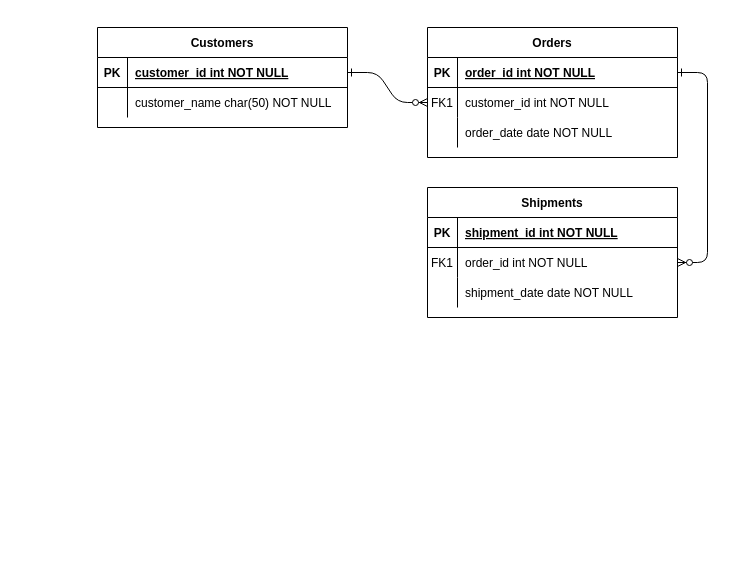
The draw.io diagram Untitled Diagram.drawio in kellysondias/sungarden-api, before the edit. Source tidied: cells renumbered, new cells numbered last; positions are measured from the earlier drawing's top-left corner, leaving out a move shared by most shapes. Both pictures are drawn from the tidied source at 100%, with x=0, y=0 at pixel (97, 27).
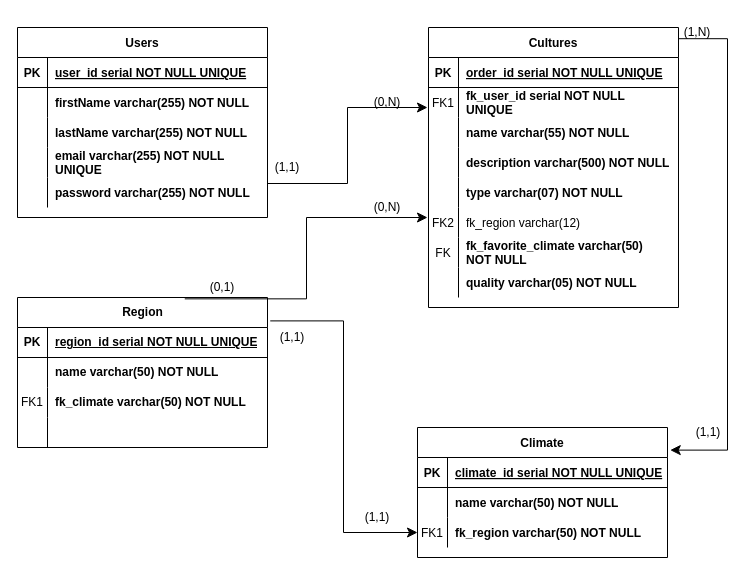
Above is the later version.

Unchanged cells that the change refers to:
```xml
<mxCell id="5" style="shape=partialRectangle;fillColor=none;points=[[0,0.5],[1,0.5]];portConstraint=eastwest;top=0;left=0;right=0;bottom=1;" parent="4" vertex="1">
  <mxGeometry y="30" width="250" height="30" as="geometry" />
</mxCell>
<mxCell id="8" style="shape=partialRectangle;fillColor=none;points=[[0,0.5],[1,0.5]];portConstraint=eastwest;top=0;left=0;right=0;bottom=0;" parent="4" vertex="1">
  <mxGeometry y="60" width="250" height="30" as="geometry" />
</mxCell>
<mxCell id="11" style="shape=partialRectangle;fillColor=none;top=0;left=0;right=0;bottom=0;" parent="4" vertex="1">
  <mxGeometry y="90" width="250" height="30" as="geometry" />
</mxCell>
<mxCell id="15" style="shape=partialRectangle;fillColor=none;top=0;left=0;right=0;bottom=1;" parent="14" vertex="1">
  <mxGeometry y="30" width="250" height="30" as="geometry" />
</mxCell>
<mxCell id="18" style="shape=partialRectangle;fillColor=none;points=[[0,0.5],[1,0.5]];portConstraint=eastwest;top=0;left=0;right=0;bottom=0;" parent="14" vertex="1">
  <mxGeometry y="60" width="250" height="30" as="geometry" />
</mxCell>
<mxCell id="25" style="shape=partialRectangle;fillColor=none;points=[[0,0.5],[1,0.5]];portConstraint=eastwest;top=0;left=0;right=0;bottom=1;" parent="24" vertex="1">
  <mxGeometry y="30" width="250" height="30" as="geometry" />
</mxCell>
<mxCell id="28" style="shape=partialRectangle;fillColor=none;top=0;left=0;right=0;bottom=0;" parent="24" vertex="1">
  <mxGeometry y="60" width="250" height="30" as="geometry" />
</mxCell>
```

What changed in the source:
```diff
@@
-    <mxCell id="2" style="edgeStyle=entityRelationEdgeStyle;endArrow=ERzeroToMany;startArrow=ERone;endFill=1;startFill=0;" parent="1" edge="1" source="25" target="8">
-      <mxGeometry relative="1" as="geometry" />
-    </mxCell>
-    <mxCell id="3" style="edgeStyle=entityRelationEdgeStyle;endArrow=ERzeroToMany;startArrow=ERone;endFill=1;startFill=0;" parent="1" edge="1" source="5" target="18">
-      <mxGeometry relative="1" as="geometry" />
-    </mxCell>
-    <mxCell id="4" value="Orders" style="shape=table;startSize=30;childLayout=tableLayout;rowLines=0;fontStyle=1;align=center;" parent="1" vertex="1">
-      <mxGeometry x="330" width="250" height="130" as="geometry" />
+    <mxCell id="4" value="Cultures" style="shape=table;startSize=30;childLayout=tableLayout;rowLines=0;fontStyle=1;align=center;" parent="1" vertex="1">
+      <mxGeometry x="331" width="250" height="280" as="geometry" />
     </mxCell>
@@
-    <mxCell id="7" value="order_id int NOT NULL " style="shape=partialRectangle;overflow=hidden;fillColor=none;top=0;left=0;bottom=0;right=0;align=left;spacingLeft=6;fontStyle=5;" parent="5" vertex="1">
+    <mxCell id="7" value="order_id serial NOT NULL UNIQUE" style="shape=partialRectangle;overflow=hidden;fillColor=none;top=0;left=0;bottom=0;right=0;align=left;spacingLeft=6;fontStyle=5;" parent="5" vertex="1">
       <mxGeometry x="30" width="220" height="30" as="geometry" />
     </mxCell>
@@
-    <mxCell id="10" value="customer_id int NOT NULL" style="shape=partialRectangle;overflow=hidden;fillColor=none;top=0;left=0;bottom=0;right=0;align=left;spacingLeft=6;" parent="8" vertex="1">
+    <mxCell id="10" value="fk_user_id serial NOT NULL&#10;UNIQUE" style="shape=partialRectangle;overflow=hidden;fillColor=none;top=0;left=0;bottom=0;right=0;align=left;spacingLeft=6;fontStyle=1;" parent="8" vertex="1">
       <mxGeometry x="30" width="220" height="30" as="geometry" />
     </mxCell>
@@
-    <mxCell id="13" value="order_date date NOT NULL" style="shape=partialRectangle;overflow=hidden;fillColor=none;top=0;left=0;bottom=0;right=0;align=left;spacingLeft=6;" parent="11" vertex="1">
+    <mxCell id="13" value="name varchar(55) NOT NULL" style="shape=partialRectangle;overflow=hidden;fillColor=none;top=0;left=0;bottom=0;right=0;align=left;spacingLeft=6;fontStyle=1;" parent="11" vertex="1">
       <mxGeometry x="30" width="220" height="30" as="geometry" />
     </mxCell>
+    <mxCell id="31" style="shape=partialRectangle;fillColor=none;top=0;left=0;right=0;bottom=0;" parent="4" vertex="1">
+      <mxGeometry y="120" width="250" height="30" as="geometry" />
+    </mxCell>
+    <mxCell id="32" style="shape=partialRectangle;overflow=hidden;fillColor=none;top=0;left=0;bottom=0;right=0;" parent="31" vertex="1">
+      <mxGeometry width="30" height="30" as="geometry" />
+    </mxCell>
+    <mxCell id="33" value="description varchar(500) NOT NULL" style="shape=partialRectangle;overflow=hidden;fillColor=none;top=0;left=0;bottom=0;right=0;align=left;spacingLeft=6;fontStyle=1;" parent="31" vertex="1">
+      <mxGeometry x="30" width="220" height="30" as="geometry" />
+    </mxCell>
+    <mxCell id="34" style="shape=partialRectangle;fillColor=none;top=0;left=0;right=0;bottom=0;" parent="4" vertex="1">
+      <mxGeometry y="150" width="250" height="30" as="geometry" />
+    </mxCell>
+    <mxCell id="35" style="shape=partialRectangle;overflow=hidden;fillColor=none;top=0;left=0;bottom=0;right=0;" parent="34" vertex="1">
+      <mxGeometry width="30" height="30" as="geometry" />
+    </mxCell>
+    <mxCell id="36" value="type varchar(07) NOT NULL" style="shape=partialRectangle;overflow=hidden;fillColor=none;top=0;left=0;bottom=0;right=0;align=left;spacingLeft=6;fontStyle=1;" parent="34" vertex="1">
+      <mxGeometry x="30" width="220" height="30" as="geometry" />
+    </mxCell>
+    <mxCell id="37" style="shape=partialRectangle;fillColor=none;top=0;left=0;right=0;bottom=0;" parent="4" vertex="1">
+      <mxGeometry y="180" width="250" height="30" as="geometry" />
+    </mxCell>
+    <mxCell id="38" value="FK2" style="shape=partialRectangle;overflow=hidden;fillColor=none;top=0;left=0;bottom=0;right=0;" parent="37" vertex="1">
+      <mxGeometry width="30" height="30" as="geometry" />
+    </mxCell>
+    <mxCell id="39" value="fk_region varchar(12)" style="shape=partialRectangle;overflow=hidden;fillColor=none;top=0;left=0;bottom=0;right=0;align=left;spacingLeft=6;fontStyle=0;" parent="37" vertex="1">
+      <mxGeometry x="30" width="220" height="30" as="geometry" />
+    </mxCell>
+    <mxCell id="40" style="shape=partialRectangle;fillColor=none;top=0;left=0;right=0;bottom=0;" parent="4" vertex="1">
+      <mxGeometry y="210" width="250" height="30" as="geometry" />
+    </mxCell>
+    <mxCell id="41" value="FK" style="shape=partialRectangle;overflow=hidden;fillColor=none;top=0;left=0;bottom=0;right=0;" parent="40" vertex="1">
+      <mxGeometry width="30" height="30" as="geometry" />
+    </mxCell>
+    <mxCell id="42" value="fk_favorite_climate varchar(50) &#10;NOT NULL" style="shape=partialRectangle;overflow=hidden;fillColor=none;top=0;left=0;bottom=0;right=0;align=left;spacingLeft=6;fontStyle=1;" parent="40" vertex="1">
+      <mxGeometry x="30" width="220" height="30" as="geometry" />
+    </mxCell>
+    <mxCell id="43" style="shape=partialRectangle;fillColor=none;top=0;left=0;right=0;bottom=0;" parent="4" vertex="1">
+      <mxGeometry y="240" width="250" height="30" as="geometry" />
+    </mxCell>
+    <mxCell id="44" style="shape=partialRectangle;overflow=hidden;fillColor=none;top=0;left=0;bottom=0;right=0;" parent="43" vertex="1">
+      <mxGeometry width="30" height="30" as="geometry" />
+    </mxCell>
+    <mxCell id="45" value="quality varchar(05) NOT NULL" style="shape=partialRectangle;overflow=hidden;fillColor=none;top=0;left=0;bottom=0;right=0;align=left;spacingLeft=6;fontStyle=1;" parent="43" vertex="1">
+      <mxGeometry x="30" width="220" height="30" as="geometry" />
+    </mxCell>
-    <mxCell id="14" value="Shipments" style="shape=table;startSize=30;childLayout=tableLayout;rowLines=0;fontStyle=1;align=center;" parent="1" vertex="1">
-      <mxGeometry x="330" y="160" width="250" height="130" as="geometry" />
+    <mxCell id="14" value="Climate" style="shape=table;startSize=30;childLayout=tableLayout;rowLines=0;fontStyle=1;align=center;" parent="1" vertex="1">
+      <mxGeometry x="320" y="400" width="250" height="130" as="geometry" />
     </mxCell>
@@
-    <mxCell id="17" value="shipment_id int NOT NULL " style="shape=partialRectangle;overflow=hidden;fillColor=none;top=0;left=0;bottom=0;right=0;align=left;spacingLeft=6;fontStyle=5;" parent="15" vertex="1">
+    <mxCell id="17" value="climate_id serial NOT NULL UNIQUE" style="shape=partialRectangle;overflow=hidden;fillColor=none;top=0;left=0;bottom=0;right=0;align=left;spacingLeft=6;fontStyle=5;" parent="15" vertex="1">
       <mxGeometry x="30" width="220" height="30" as="geometry" />
     </mxCell>
@@
-    <mxCell id="19" value="FK1" style="shape=partialRectangle;overflow=hidden;fillColor=none;top=0;left=0;bottom=0;right=0;" parent="18" vertex="1">
+    <mxCell id="19" style="shape=partialRectangle;overflow=hidden;fillColor=none;top=0;left=0;bottom=0;right=0;" parent="18" vertex="1">
       <mxGeometry width="30" height="30" as="geometry" />
     </mxCell>
-    <mxCell id="20" value="order_id int NOT NULL" style="shape=partialRectangle;overflow=hidden;fillColor=none;top=0;left=0;bottom=0;right=0;align=left;spacingLeft=6;" parent="18" vertex="1">
+    <mxCell id="20" value="name varchar(50) NOT NULL" style="shape=partialRectangle;overflow=hidden;fillColor=none;top=0;left=0;bottom=0;right=0;align=left;spacingLeft=6;fontStyle=1;" parent="18" vertex="1">
       <mxGeometry x="30" width="220" height="30" as="geometry" />
     </mxCell>
-    <mxCell id="21" style="shape=partialRectangle;fillColor=none;top=0;left=0;right=0;bottom=0;" parent="14" vertex="1">
-      <mxGeometry y="90" width="250" height="30" as="geometry" />
-    </mxCell>
-    <mxCell id="22" style="shape=partialRectangle;overflow=hidden;fillColor=none;top=0;left=0;bottom=0;right=0;" parent="21" vertex="1">
-      <mxGeometry width="30" height="30" as="geometry" />
-    </mxCell>
-    <mxCell id="23" value="shipment_date date NOT NULL" style="shape=partialRectangle;overflow=hidden;fillColor=none;top=0;left=0;bottom=0;right=0;align=left;spacingLeft=6;" parent="21" vertex="1">
-      <mxGeometry x="30" width="220" height="30" as="geometry" />
-    </mxCell>
+    <mxCell id="46" style="shape=partialRectangle;fillColor=none;points=[[0,0.5],[1,0.5]];portConstraint=eastwest;top=0;left=0;right=0;bottom=0;" parent="14" vertex="1">
+      <mxGeometry y="90" width="250" height="30" as="geometry" />
+    </mxCell>
+    <mxCell id="47" value="FK1" style="shape=partialRectangle;overflow=hidden;fillColor=none;top=0;left=0;bottom=0;right=0;" parent="46" vertex="1">
+      <mxGeometry width="30" height="30" as="geometry" />
+    </mxCell>
+    <mxCell id="48" value="fk_region varchar(50) NOT NULL" style="shape=partialRectangle;overflow=hidden;fillColor=none;top=0;left=0;bottom=0;right=0;align=left;spacingLeft=6;fontStyle=1;" parent="46" vertex="1">
+      <mxGeometry x="30" width="220" height="30" as="geometry" />
+    </mxCell>
-    <mxCell id="24" value="Customers" style="shape=table;startSize=30;childLayout=tableLayout;rowLines=0;fontStyle=1;align=center;" parent="1" vertex="1">
-      <mxGeometry width="250" height="100" as="geometry" />
+    <mxCell id="24" value="Users" style="shape=table;startSize=30;childLayout=tableLayout;rowLines=0;fontStyle=1;align=center;" parent="1" vertex="1">
+      <mxGeometry x="-80" width="250" height="190" as="geometry" />
     </mxCell>
@@
-    <mxCell id="27" value="customer_id int NOT NULL " style="shape=partialRectangle;overflow=hidden;fillColor=none;top=0;left=0;bottom=0;right=0;align=left;spacingLeft=6;fontStyle=5;" parent="25" vertex="1">
+    <mxCell id="27" value="user_id serial NOT NULL UNIQUE" style="shape=partialRectangle;overflow=hidden;fillColor=none;top=0;left=0;bottom=0;right=0;align=left;spacingLeft=6;fontStyle=5;" parent="25" vertex="1">
       <mxGeometry x="30" width="220" height="30" as="geometry" />
     </mxCell>
@@
-    <mxCell id="30" value="customer_name char(50) NOT NULL" style="shape=partialRectangle;overflow=hidden;fillColor=none;top=0;left=0;bottom=0;right=0;align=left;spacingLeft=6;" parent="28" vertex="1">
+    <mxCell id="30" value="firstName varchar(255) NOT NULL" style="shape=partialRectangle;overflow=hidden;fillColor=none;top=0;left=0;bottom=0;right=0;align=left;spacingLeft=6;fontStyle=1;" parent="28" vertex="1">
       <mxGeometry x="30" width="220" height="30" as="geometry" />
     </mxCell>
+    <mxCell id="49" style="shape=partialRectangle;fillColor=none;top=0;left=0;right=0;bottom=0;" parent="24" vertex="1">
+      <mxGeometry y="90" width="250" height="30" as="geometry" />
+    </mxCell>
+    <mxCell id="50" style="shape=partialRectangle;overflow=hidden;fillColor=none;top=0;left=0;bottom=0;right=0;" parent="49" vertex="1">
+      <mxGeometry width="30" height="30" as="geometry" />
+    </mxCell>
+    <mxCell id="51" value="lastName varchar(255) NOT NULL" style="shape=partialRectangle;overflow=hidden;fillColor=none;top=0;left=0;bottom=0;right=0;align=left;spacingLeft=6;fontStyle=1;" parent="49" vertex="1">
+      <mxGeometry x="30" width="220" height="30" as="geometry" />
+    </mxCell>
+    <mxCell id="52" style="shape=partialRectangle;fillColor=none;top=0;left=0;right=0;bottom=0;" parent="24" vertex="1">
+      <mxGeometry y="120" width="250" height="30" as="geometry" />
+    </mxCell>
+    <mxCell id="53" style="shape=partialRectangle;overflow=hidden;fillColor=none;top=0;left=0;bottom=0;right=0;" parent="52" vertex="1">
+      <mxGeometry width="30" height="30" as="geometry" />
+    </mxCell>
+    <mxCell id="54" value="email varchar(255) NOT NULL &#10;UNIQUE" style="shape=partialRectangle;overflow=hidden;fillColor=none;top=0;left=0;bottom=0;right=0;align=left;spacingLeft=6;fontStyle=1;" parent="52" vertex="1">
+      <mxGeometry x="30" width="220" height="30" as="geometry" />
+    </mxCell>
+    <mxCell id="55" style="shape=partialRectangle;fillColor=none;points=[[0,0.5],[1,0.5]];portConstraint=eastwest;top=0;left=0;right=0;bottom=0;" parent="24" vertex="1">
+      <mxGeometry y="150" width="250" height="30" as="geometry" />
+    </mxCell>
+    <mxCell id="56" style="shape=partialRectangle;overflow=hidden;fillColor=none;top=0;left=0;bottom=0;right=0;" parent="55" vertex="1">
+      <mxGeometry width="30" height="30" as="geometry" />
+    </mxCell>
+    <mxCell id="57" value="password varchar(255) NOT NULL" style="shape=partialRectangle;overflow=hidden;fillColor=none;top=0;left=0;bottom=0;right=0;align=left;spacingLeft=6;fontStyle=1;" parent="55" vertex="1">
+      <mxGeometry x="30" width="220" height="30" as="geometry" />
+    </mxCell>
+    <mxCell id="58" value="(1,1)" style="text;html=1;strokeColor=none;fillColor=none;align=center;verticalAlign=middle;whiteSpace=wrap;overflow=hidden;" parent="1" vertex="1">
+      <mxGeometry x="150" y="130" width="80" height="20" as="geometry" />
+    </mxCell>
+    <mxCell id="59" style="edgeStyle=elbowEdgeStyle;elbow=horizontal;endArrow=classic;html=1;curved=0;rounded=0;endSize=8;startSize=8;exitX=1;exitY=0.2;exitDx=0;exitDy=0;exitPerimeter=0;" parent="1" edge="1" source="55">
+      <mxGeometry relative="1" as="geometry">
+        <mxPoint x="330" y="80" as="targetPoint" />
+      </mxGeometry>
+    </mxCell>
+    <mxCell id="60" value="(0,N)" style="text;html=1;align=center;verticalAlign=middle;whiteSpace=wrap;rounded=0;" parent="1" vertex="1">
+      <mxGeometry x="275" y="60" width="30" height="30" as="geometry" />
+    </mxCell>
+    <mxCell id="61" style="edgeStyle=elbowEdgeStyle;elbow=horizontal;endArrow=classic;html=1;curved=0;rounded=0;endSize=8;startSize=8;exitX=1.001;exitY=0.04;exitDx=0;exitDy=0;exitPerimeter=0;entryX=1.011;entryY=0.174;entryDx=0;entryDy=0;entryPerimeter=0;" parent="1" edge="1" source="4" target="14">
+      <mxGeometry relative="1" as="geometry">
+        <Array as="points">
+          <mxPoint x="630" y="180" />
+        </Array>
+      </mxGeometry>
+    </mxCell>
+    <mxCell id="62" value="(1,N)" style="text;html=1;align=center;verticalAlign=middle;whiteSpace=wrap;rounded=0;" parent="1" vertex="1">
+      <mxGeometry x="570" y="-10" width="60" height="30" as="geometry" />
+    </mxCell>
+    <mxCell id="63" value="(1,1)" style="text;html=1;align=center;verticalAlign=middle;whiteSpace=wrap;rounded=0;" parent="1" vertex="1">
+      <mxGeometry x="581" y="390" width="60" height="30" as="geometry" />
+    </mxCell>
+    <mxCell id="64" value="Region" style="shape=table;startSize=30;childLayout=tableLayout;rowLines=0;fontStyle=1;align=center;html=1;" parent="1" vertex="1">
+      <mxGeometry x="-80" y="270" width="250" height="150" as="geometry" />
+    </mxCell>
+    <mxCell id="65" style="shape=tableRow;horizontal=0;startSize=0;swimlaneHead=0;swimlaneBody=0;fillColor=none;top=0;left=0;right=0;bottom=1;" parent="64" vertex="1">
+      <mxGeometry y="30" width="250" height="30" as="geometry" />
+    </mxCell>
+    <mxCell id="66" value="PK" style="shape=partialRectangle;fillColor=none;top=0;left=0;bottom=0;right=0;fontStyle=1;overflow=hidden;whiteSpace=wrap;html=1;" parent="65" vertex="1">
+      <mxGeometry width="30" height="30" as="geometry" />
+    </mxCell>
+    <mxCell id="67" value="region_id serial NOT NULL UNIQUE" style="shape=partialRectangle;fillColor=none;top=0;left=0;bottom=0;right=0;align=left;spacingLeft=6;fontStyle=5;overflow=hidden;whiteSpace=wrap;html=1;" parent="65" vertex="1">
+      <mxGeometry x="30" width="220" height="30" as="geometry" />
+    </mxCell>
+    <mxCell id="68" style="shape=tableRow;horizontal=0;startSize=0;swimlaneHead=0;swimlaneBody=0;fillColor=none;top=0;left=0;right=0;bottom=0;" parent="64" vertex="1">
+      <mxGeometry y="60" width="250" height="30" as="geometry" />
+    </mxCell>
+    <mxCell id="69" style="shape=partialRectangle;fillColor=none;top=0;left=0;bottom=0;right=0;overflow=hidden;whiteSpace=wrap;html=1;" parent="68" vertex="1">
+      <mxGeometry width="30" height="30" as="geometry" />
+    </mxCell>
+    <mxCell id="70" value="&lt;b&gt;name varchar(50) NOT NULL&lt;/b&gt;" style="shape=partialRectangle;fillColor=none;top=0;left=0;bottom=0;right=0;align=left;spacingLeft=6;overflow=hidden;whiteSpace=wrap;html=1;" parent="68" vertex="1">
+      <mxGeometry x="30" width="220" height="30" as="geometry" />
+    </mxCell>
+    <mxCell id="71" style="shape=tableRow;horizontal=0;startSize=0;swimlaneHead=0;swimlaneBody=0;fillColor=none;top=0;left=0;right=0;bottom=0;" parent="64" vertex="1">
+      <mxGeometry y="90" width="250" height="30" as="geometry" />
+    </mxCell>
+    <mxCell id="72" value="FK1" style="shape=partialRectangle;fillColor=none;top=0;left=0;bottom=0;right=0;overflow=hidden;whiteSpace=wrap;html=1;" parent="71" vertex="1">
+      <mxGeometry width="30" height="30" as="geometry" />
+    </mxCell>
+    <mxCell id="73" value="&lt;b&gt;fk_climate varchar(50) NOT NULL&lt;/b&gt;" style="shape=partialRectangle;fillColor=none;top=0;left=0;bottom=0;right=0;align=left;spacingLeft=6;overflow=hidden;whiteSpace=wrap;html=1;" parent="71" vertex="1">
+      <mxGeometry x="30" width="220" height="30" as="geometry" />
+    </mxCell>
+    <mxCell id="74" style="shape=tableRow;horizontal=0;startSize=0;swimlaneHead=0;swimlaneBody=0;fillColor=none;top=0;left=0;right=0;bottom=0;" parent="64" vertex="1">
+      <mxGeometry y="120" width="250" height="30" as="geometry" />
+    </mxCell>
+    <mxCell id="75" style="shape=partialRectangle;fillColor=none;top=0;left=0;bottom=0;right=0;overflow=hidden;whiteSpace=wrap;html=1;" parent="74" vertex="1">
+      <mxGeometry width="30" height="30" as="geometry" />
+    </mxCell>
+    <mxCell id="76" style="shape=partialRectangle;fillColor=none;top=0;left=0;bottom=0;right=0;align=left;spacingLeft=6;overflow=hidden;whiteSpace=wrap;html=1;" parent="74" vertex="1">
+      <mxGeometry x="30" width="220" height="30" as="geometry" />
+    </mxCell>
+    <mxCell id="77" style="edgeStyle=elbowEdgeStyle;elbow=horizontal;endArrow=classic;html=1;curved=0;rounded=0;endSize=8;startSize=8;exitX=1.011;exitY=0.156;exitDx=0;exitDy=0;exitPerimeter=0;entryX=0;entryY=0.5;entryDx=0;entryDy=0;" parent="1" edge="1" source="64" target="46">
+      <mxGeometry relative="1" as="geometry" />
+    </mxCell>
+    <mxCell id="78" value="(1,1)" style="text;html=1;strokeColor=none;fillColor=none;align=center;verticalAlign=middle;whiteSpace=wrap;overflow=hidden;" parent="1" vertex="1">
+      <mxGeometry x="260" y="480" width="40" height="20" as="geometry" />
+    </mxCell>
+    <mxCell id="79" value="(1,1)" style="text;html=1;strokeColor=none;fillColor=none;align=center;verticalAlign=middle;whiteSpace=wrap;overflow=hidden;" parent="1" vertex="1">
+      <mxGeometry x="160" y="300" width="70" height="20" as="geometry" />
+    </mxCell>
+    <mxCell id="80" style="edgeStyle=elbowEdgeStyle;elbow=horizontal;endArrow=classic;html=1;curved=0;rounded=0;endSize=8;startSize=8;exitX=0.669;exitY=0.009;exitDx=0;exitDy=0;exitPerimeter=0;" parent="1" edge="1" source="64">
+      <mxGeometry relative="1" as="geometry">
+        <mxPoint x="330" y="190" as="targetPoint" />
+      </mxGeometry>
+    </mxCell>
+    <mxCell id="81" value="(0,N)" style="text;html=1;strokeColor=none;fillColor=none;align=center;verticalAlign=middle;whiteSpace=wrap;overflow=hidden;" parent="1" vertex="1">
+      <mxGeometry x="260" y="170" width="60" height="20" as="geometry" />
+    </mxCell>
+    <mxCell id="82" value="(0,1)" style="text;html=1;strokeColor=none;fillColor=none;align=center;verticalAlign=middle;whiteSpace=wrap;overflow=hidden;" parent="1" vertex="1">
+      <mxGeometry x="90" y="250" width="70" height="20" as="geometry" />
+    </mxCell>
```
